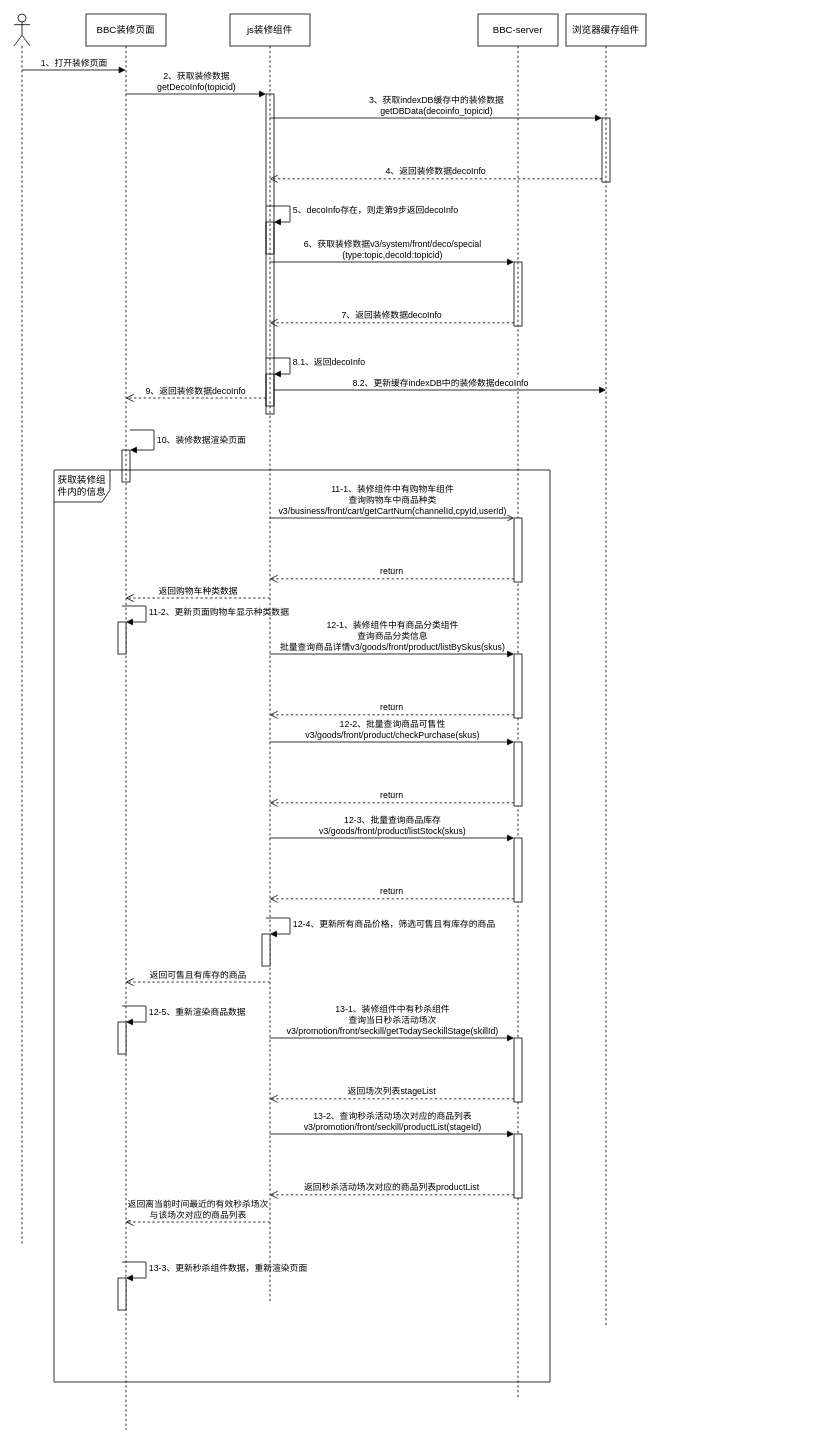
Earlier version of the draw.io diagram page "BBC装修页面加载流程" (7 of 7) of B+流程图.drawio (huturenji/drawio). Source tidied: cells renumbered, new cells numbered last; positions are measured from the earlier drawing's top-left corner, leaving out a move shared by most shapes. Both pictures are drawn from the tidied source at 80%, with x=0, y=0 at pixel (14, 14).
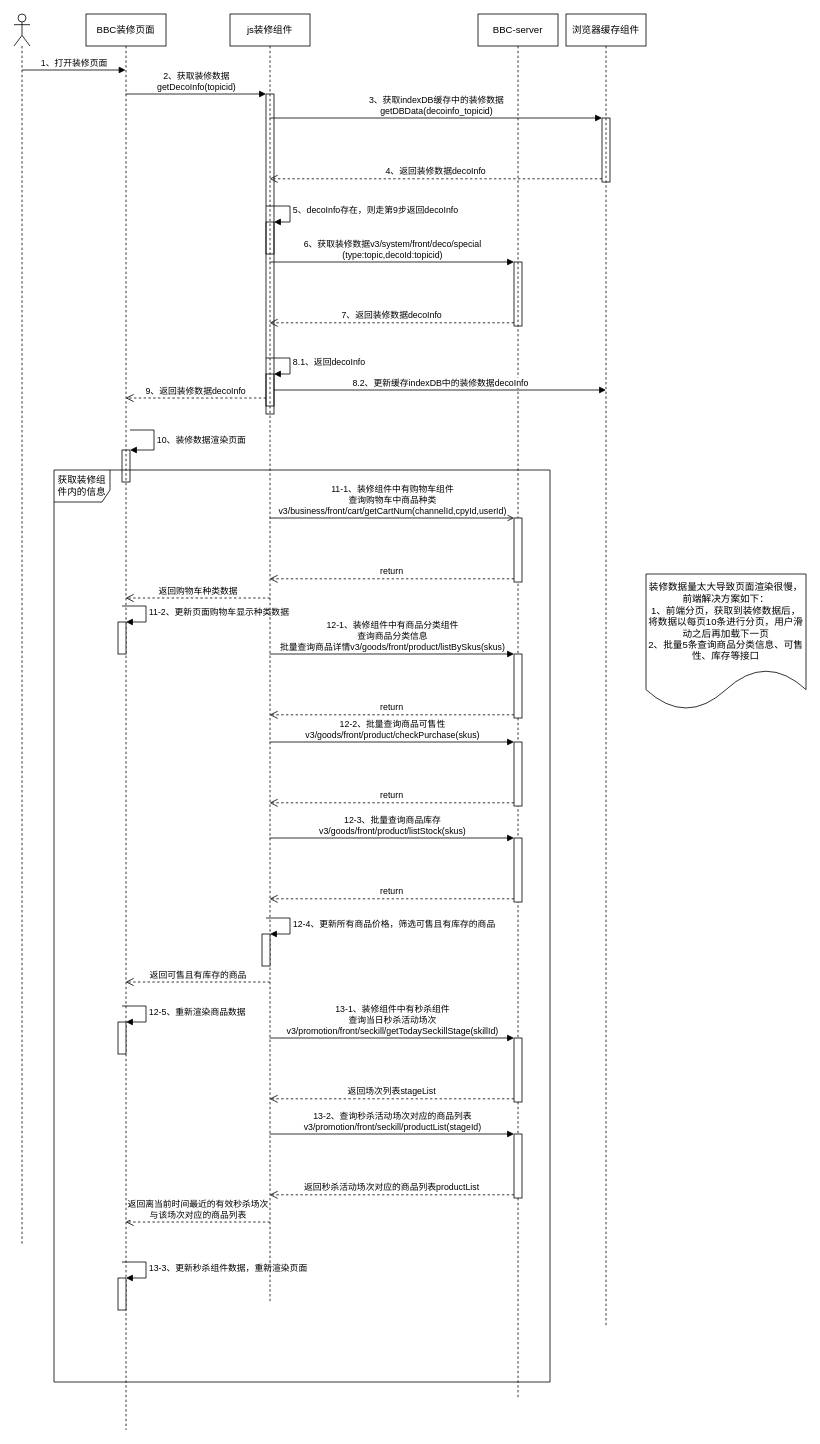
After the change.

Commit message:
更新B+流程图.drawio

What changed in the source:
```diff
@@
+    <mxCell id="54" value="装修数据量太大导致页面渲染很慢，前端解决方案如下：&lt;br&gt;1、前端分页，获取到装修数据后，将数据以每页10条进行分页，用户滑动之后再加载下一页&lt;br&gt;2、批量5条查询商品分类信息、可售性、库存等接口" style="shape=document;whiteSpace=wrap;html=1;boundedLbl=1;" parent="1" vertex="1">
+      <mxGeometry x="790" y="700" width="200" height="170" as="geometry" />
+    </mxCell>
```
